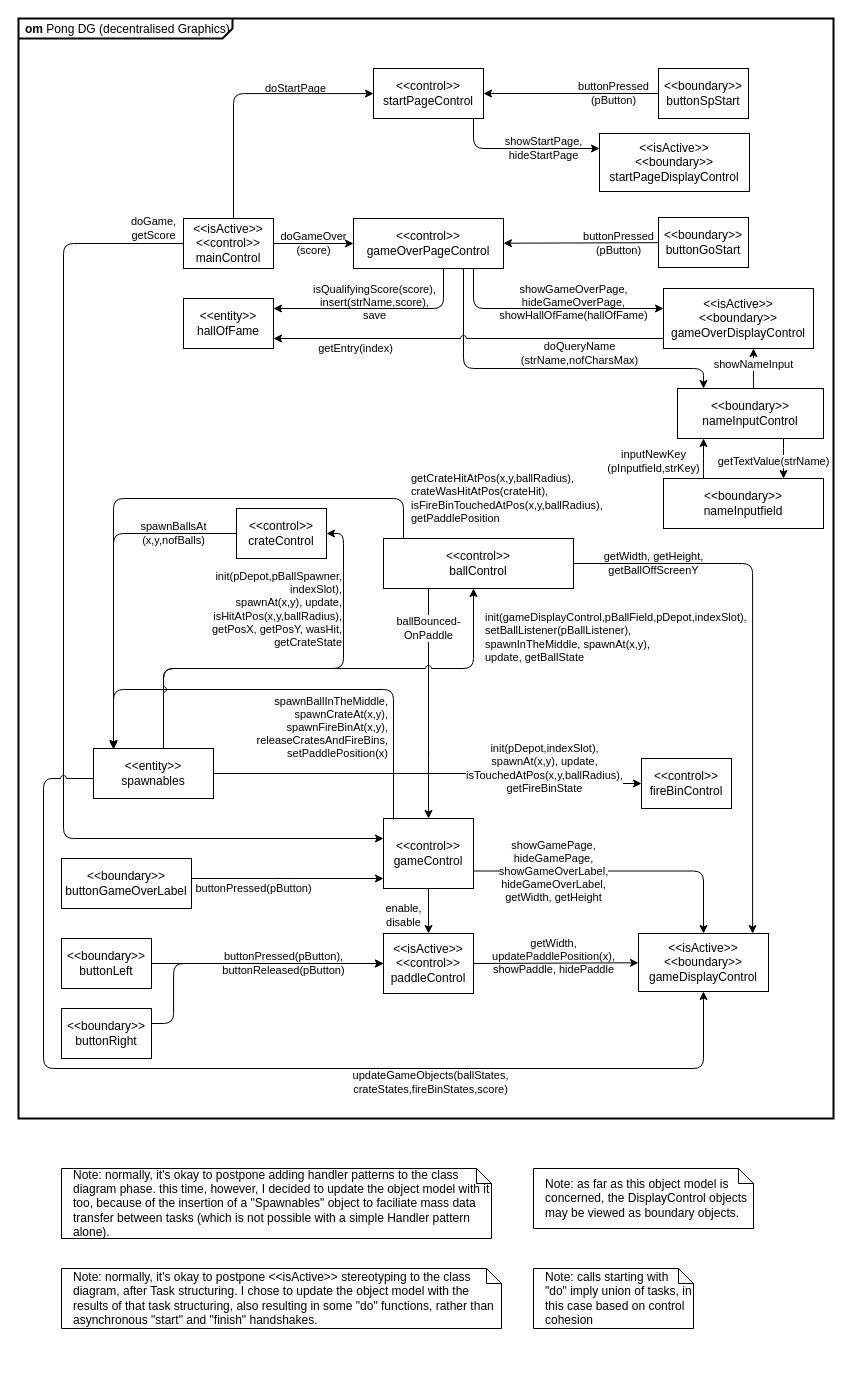
Earlier version of the draw.io diagram page "OM-dg-adv" (5 of 20) of apps/pong_cleangui_dg_adv/models/pong_dg_adv.drawio (nepbuur1/test_lasergame_2_rework_CleanGUI_godmode). Source tidied: cells renumbered, new cells numbered last; positions are measured from the earlier drawing's top-left corner, leaving out a move shared by most shapes. Both pictures are drawn from the tidied source at 100%, with x=0, y=0 at pixel (18, 18).
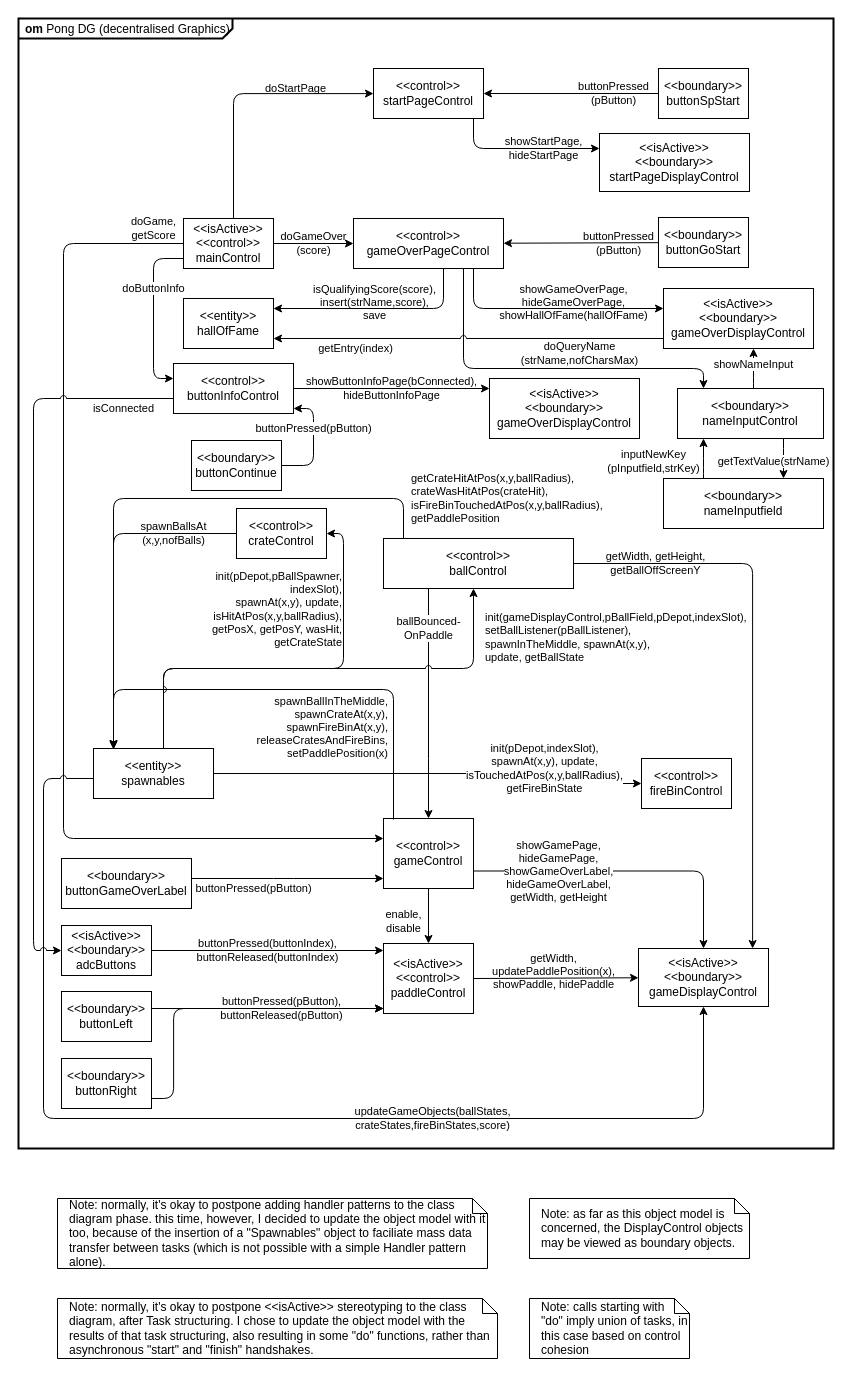
Above is the later version.

Unchanged cells that the change refers to:
```xml
<mxCell id="9" value="&amp;lt;&amp;lt;isActive&amp;gt;&amp;gt;&lt;br&gt;&amp;lt;&amp;lt;control&amp;gt;&amp;gt;&lt;br&gt;mainControl" style="rounded=0;whiteSpace=wrap;html=1;" parent="1" vertex="1">
  <mxGeometry x="165" y="200" width="90" height="50" as="geometry" />
</mxCell>
<mxCell id="22" value="&amp;lt;&amp;lt;entity&amp;gt;&amp;gt;&lt;br&gt;spawnables" style="rounded=0;whiteSpace=wrap;html=1;" parent="1" vertex="1">
  <mxGeometry x="75" y="730" width="120" height="50" as="geometry" />
</mxCell>
```

Change to the diagram source:
```diff
@@
     <mxCell id="2" value="&lt;p style=&quot;margin:0px;margin-top:4px;margin-left:7px;text-align:left;&quot;&gt;&lt;b&gt;om&lt;/b&gt;  Pong DG (decentralised Graphics)&lt;/p&gt;" style="html=1;shape=mxgraph.sysml.package;overflow=fill;labelX=214.11;strokeWidth=2;align=center;" parent="1" vertex="1">
-      <mxGeometry width="815" height="1100" as="geometry" />
+      <mxGeometry width="815" height="1130" as="geometry" />
     </mxCell>
@@
     <mxCell id="4" value="&amp;lt;&amp;lt;boundary&amp;gt;&amp;gt;&lt;br&gt;buttonLeft" style="rounded=0;whiteSpace=wrap;html=1;" parent="1" vertex="1">
-      <mxGeometry x="43" y="920" width="90" height="50" as="geometry" />
+      <mxGeometry x="43" y="973" width="90" height="50" as="geometry" />
     </mxCell>
     <mxCell id="5" value="&amp;lt;&amp;lt;boundary&amp;gt;&amp;gt;&lt;br&gt;buttonRight" style="rounded=0;whiteSpace=wrap;html=1;" parent="1" vertex="1">
-      <mxGeometry x="43" y="990" width="90" height="50" as="geometry" />
+      <mxGeometry x="43" y="1040" width="90" height="50" as="geometry" />
     </mxCell>
@@
     <mxCell id="7" value="&amp;lt;&amp;lt;isActive&amp;gt;&amp;gt;&lt;br&gt;&amp;lt;&amp;lt;boundary&amp;gt;&amp;gt;&lt;br&gt;gameDisplayControl" style="rounded=0;whiteSpace=wrap;html=1;" parent="1" vertex="1">
-      <mxGeometry x="620" y="915" width="130" height="58" as="geometry" />
+      <mxGeometry x="620" y="930" width="130" height="58" as="geometry" />
     </mxCell>
     <mxCell id="8" value="&amp;lt;&amp;lt;isActive&amp;gt;&amp;gt;&lt;br&gt;&amp;lt;&amp;lt;control&amp;gt;&amp;gt;&lt;br&gt;paddleControl" style="rounded=0;whiteSpace=wrap;html=1;" parent="1" vertex="1">
-      <mxGeometry x="365" y="915" width="90" height="60" as="geometry" />
+      <mxGeometry x="365" y="925" width="90" height="70" as="geometry" />
     </mxCell>
+    <mxCell id="55" value="doButtonInfo" style="edgeStyle=orthogonalEdgeStyle;rounded=1;jettySize=auto;html=1;curved=0;" parent="1" edge="1" source="9" target="61">
+      <mxGeometry x="-0.29" relative="1" as="geometry">
+        <Array as="points">
+          <mxPoint x="135" y="240" />
+          <mxPoint x="135" y="360" />
+        </Array>
+      </mxGeometry>
+    </mxCell>
@@
-    <mxCell id="26" value="buttonPressed(pButton),&lt;br&gt;buttonReleased(pButton)" style="rounded=1;jettySize=auto;html=1;labelBackgroundColor=none;" parent="1" edge="1" target="8">
-      <mxGeometry x="0.14" relative="1" as="geometry">
-        <mxPoint x="133" y="945" as="sourcePoint" />
+    <mxCell id="26" value="buttonPressed(pButton),&lt;br&gt;buttonReleased(pButton)" style="rounded=1;jettySize=auto;html=1;labelBackgroundColor=none;edgeStyle=orthogonalEdgeStyle;" parent="1" edge="1" source="4" target="8">
+      <mxGeometry x="0.12" relative="1" as="geometry">
+        <Array as="points">
+          <mxPoint x="245" y="990" />
+          <mxPoint x="245" y="990" />
+        </Array>
       </mxGeometry>
     </mxCell>
     <mxCell id="27" style="rounded=1;jettySize=auto;html=1;edgeStyle=orthogonalEdgeStyle;labelBackgroundColor=none;" parent="1" edge="1" source="5" target="8">
-      <mxGeometry x="-0.38" relative="1" as="geometry">
+      <mxGeometry x="-0.36" relative="1" as="geometry">
         <Array as="points">
-          <mxPoint x="155.1" y="1005" />
-          <mxPoint x="155.1" y="945" />
+          <mxPoint x="155.1" y="1080" />
+          <mxPoint x="155.1" y="990" />
         </Array>
       </mxGeometry>
     </mxCell>
@@
-    <mxCell id="43" value="updateGameObjects(ballStates,&lt;br&gt;crateStates,fireBinStates,score)" style="edgeStyle=orthogonalEdgeStyle;rounded=1;jettySize=auto;html=1;curved=0;jumpStyle=arc;labelBackgroundColor=default;" parent="1" edge="1" source="22" target="7">
-      <mxGeometry x="0.35" y="-14" relative="1" as="geometry">
+    <mxCell id="43" value="updateGameObjects(ballStates,&lt;br&gt;crateStates,fireBinStates,score)" style="edgeStyle=orthogonalEdgeStyle;rounded=1;jettySize=auto;html=1;curved=0;jumpStyle=arc;labelBackgroundColor=none;" parent="1" edge="1" source="22" target="7">
+      <mxGeometry x="0.34" relative="1" as="geometry">
         <Array as="points">
           <mxPoint x="25" y="760" />
-          <mxPoint x="25" y="1050" />
-          <mxPoint x="685" y="1050" />
+          <mxPoint x="25" y="1100" />
+          <mxPoint x="685" y="1100" />
         </Array>
       </mxGeometry>
     </mxCell>
@@
     <mxCell id="49" value="Note: calls starting with &quot;do&quot; imply union of tasks, in this case based on control cohesion" style="shape=note;size=15;align=left;spacingLeft=10;html=1;whiteSpace=wrap;" parent="1" vertex="1">
-      <mxGeometry x="515" y="1250" width="160" height="60" as="geometry" />
+      <mxGeometry x="511" y="1280" width="160" height="60" as="geometry" />
     </mxCell>
     <mxCell id="50" value="Note: normally, it's okay to postpone adding handler patterns to the class diagram phase. this time, however, I decided to update the object model with it too, because of the insertion of a &quot;Spawnables&quot; object to faciliate mass data transfer between tasks (which is not possible with a simple Handler pattern alone)." style="shape=note;size=15;align=left;spacingLeft=10;html=1;whiteSpace=wrap;" parent="1" vertex="1">
-      <mxGeometry x="43" y="1150" width="430" height="70" as="geometry" />
+      <mxGeometry x="39" y="1180" width="430" height="70" as="geometry" />
     </mxCell>
     <mxCell id="51" value="Note: normally, it's okay to postpone &amp;lt;&amp;lt;isActive&amp;gt;&amp;gt; stereotyping to the class diagram, after Task structuring. I chose to update the object model with the results of that task structuring, also resulting in some &quot;do&quot; functions, rather than asynchronous &quot;start&quot; and &quot;finish&quot; handshakes." style="shape=note;size=15;align=left;spacingLeft=10;html=1;whiteSpace=wrap;" parent="1" vertex="1">
-      <mxGeometry x="43" y="1250" width="440" height="60" as="geometry" />
+      <mxGeometry x="39" y="1280" width="440" height="60" as="geometry" />
     </mxCell>
     <mxCell id="52" value="Note: as far as this object model is concerned, the DisplayControl objects may be viewed as boundary objects.&amp;nbsp;" style="shape=note;size=15;align=left;spacingLeft=10;html=1;whiteSpace=wrap;" parent="1" vertex="1">
-      <mxGeometry x="515" y="1150" width="220" height="60" as="geometry" />
+      <mxGeometry x="511" y="1180" width="220" height="60" as="geometry" />
     </mxCell>
@@
+    <mxCell id="56" value="buttonPressed(buttonIndex),&lt;br&gt;buttonReleased(buttonIndex)" style="edgeStyle=orthogonalEdgeStyle;rounded=0;jettySize=auto;html=1;labelBackgroundColor=none;" parent="1" edge="1" source="57" target="8">
+      <mxGeometry relative="1" as="geometry">
+        <Array as="points">
+          <mxPoint x="305" y="932" />
+          <mxPoint x="305" y="932" />
+        </Array>
+      </mxGeometry>
+    </mxCell>
+    <mxCell id="57" value="&amp;lt;&amp;lt;isActive&amp;gt;&amp;gt;&lt;br&gt;&amp;lt;&amp;lt;boundary&amp;gt;&amp;gt;&lt;br&gt;adcButtons" style="rounded=0;whiteSpace=wrap;html=1;" parent="1" vertex="1">
+      <mxGeometry x="43" y="907" width="90" height="50" as="geometry" />
+    </mxCell>
+    <mxCell id="58" value="&amp;lt;&amp;lt;isActive&amp;gt;&amp;gt;&lt;br&gt;&amp;lt;&amp;lt;boundary&amp;gt;&amp;gt;&lt;br&gt;gameOverDisplayControl" style="rounded=0;whiteSpace=wrap;html=1;" parent="1" vertex="1">
+      <mxGeometry x="471" y="360" width="150" height="60" as="geometry" />
+    </mxCell>
+    <mxCell id="59" value="showButtonInfoPage(bConnected),&lt;br&gt;hideButtonInfoPage" style="edgeStyle=orthogonalEdgeStyle;rounded=0;jettySize=auto;html=1;labelBackgroundColor=none;" parent="1" edge="1" source="61" target="58">
+      <mxGeometry relative="1" as="geometry">
+        <Array as="points">
+          <mxPoint x="425" y="370" />
+          <mxPoint x="425" y="370" />
+        </Array>
+      </mxGeometry>
+    </mxCell>
+    <mxCell id="60" value="isConnected" style="edgeStyle=orthogonalEdgeStyle;rounded=1;jettySize=auto;html=1;curved=0;jumpStyle=arc;" parent="1" edge="1" source="61" target="57">
+      <mxGeometry x="-0.86" y="10" relative="1" as="geometry">
+        <Array as="points">
+          <mxPoint x="15" y="380" />
+          <mxPoint x="15" y="932" />
+        </Array>
+      </mxGeometry>
+    </mxCell>
+    <mxCell id="61" value="&amp;lt;&amp;lt;control&amp;gt;&amp;gt;&lt;br&gt;buttonInfoControl" style="rounded=0;whiteSpace=wrap;html=1;" parent="1" vertex="1">
+      <mxGeometry x="155" y="345" width="120" height="50" as="geometry" />
+    </mxCell>
+    <mxCell id="62" value="buttonPressed(pButton)" style="edgeStyle=orthogonalEdgeStyle;rounded=1;jettySize=auto;html=1;curved=0;" parent="1" edge="1" source="63" target="61">
+      <mxGeometry x="0.27" relative="1" as="geometry">
+        <Array as="points">
+          <mxPoint x="295" y="447" />
+          <mxPoint x="295" y="390" />
+        </Array>
+      </mxGeometry>
+    </mxCell>
+    <mxCell id="63" value="&amp;lt;&amp;lt;boundary&amp;gt;&amp;gt;&lt;br&gt;buttonContinue" style="rounded=0;whiteSpace=wrap;html=1;" parent="1" vertex="1">
+      <mxGeometry x="173" y="422" width="90" height="50" as="geometry" />
+    </mxCell>
```
